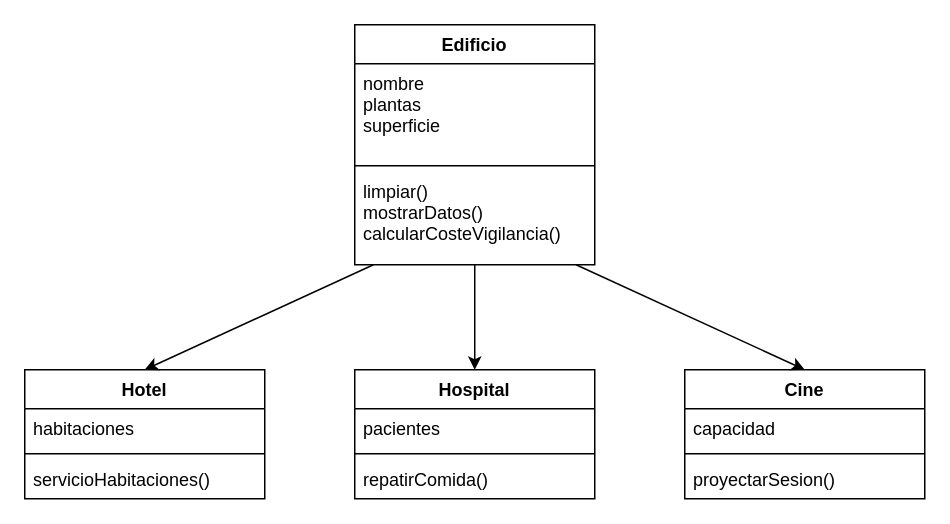
Earlier version of the draw.io diagram m8-4-edificios/ulm/ulm.drawio (brunoakun/itacademy). Source tidied: cells renumbered, new cells numbered last; positions are measured from the earlier drawing's top-left corner, leaving out a move shared by most shapes. Both pictures are drawn from the tidied source at 150%, with x=0, y=0 at pixel (24, 24).
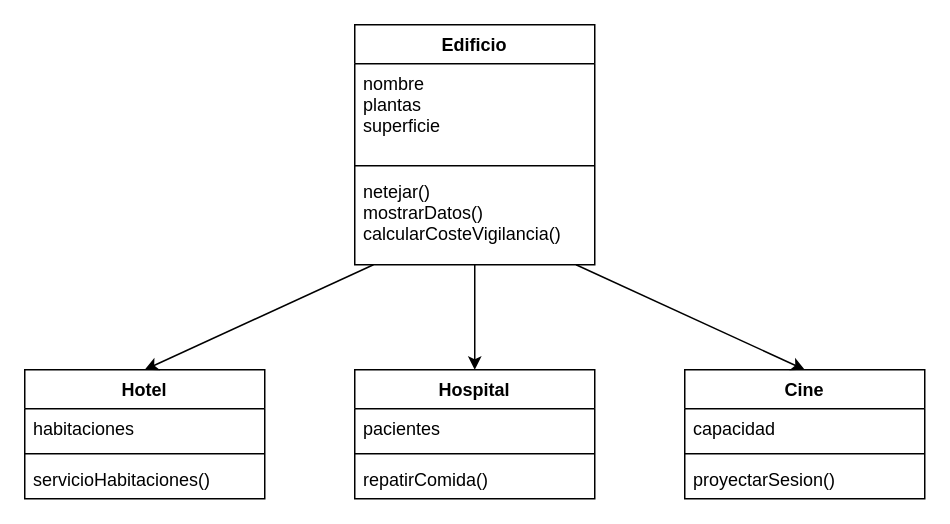
The same page after the edit.

Unchanged cells that the change refers to:
```xml
<mxCell id="2" value="Edificio&#10;" style="swimlane;fontStyle=1;align=center;verticalAlign=top;horizontal=1;startSize=26;" parent="1" vertex="1">
  <mxGeometry x="220" width="160" height="160" as="geometry" />
</mxCell>
```

What changed in the source:
```diff
@@
-    <mxCell id="5" value="limpiar()&#10;mostrarDatos()&#10;calcularCosteVigilancia()&#10;&#10;" style="text;strokeColor=none;fillColor=none;align=left;verticalAlign=top;spacingLeft=4;spacingRight=4;overflow=hidden;points=[[0,0.5],[1,0.5]];portConstraint=eastwest;" parent="2" vertex="1">
+    <mxCell id="5" value="netejar()&#10;mostrarDatos()&#10;calcularCosteVigilancia()&#10;&#10;" style="text;strokeColor=none;fillColor=none;align=left;verticalAlign=top;spacingLeft=4;spacingRight=4;overflow=hidden;points=[[0,0.5],[1,0.5]];portConstraint=eastwest;" parent="2" vertex="1">
       <mxGeometry y="98" width="160" height="62" as="geometry" />
     </mxCell>
```
